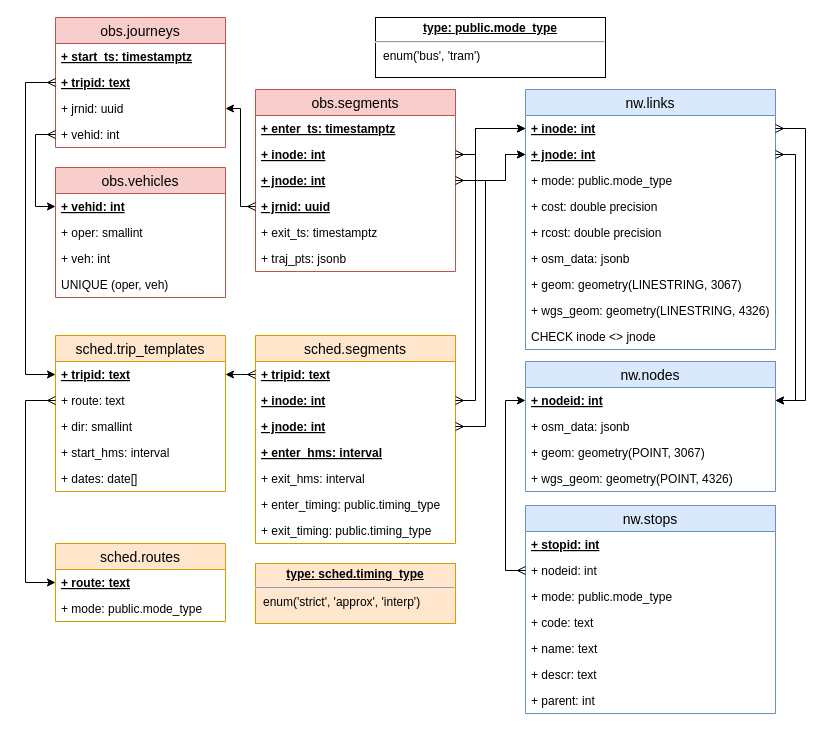
The draw.io diagram page "production" (1 of 4) of docs/sujuikoDB.drawio in datarttu/sujuikoDB, before the edit. Source tidied: cells renumbered, new cells numbered last; positions are measured from the earlier drawing's top-left corner, leaving out a move shared by most shapes. Both pictures are drawn from the tidied source at 100%, with x=0, y=0 at pixel (25, 17).
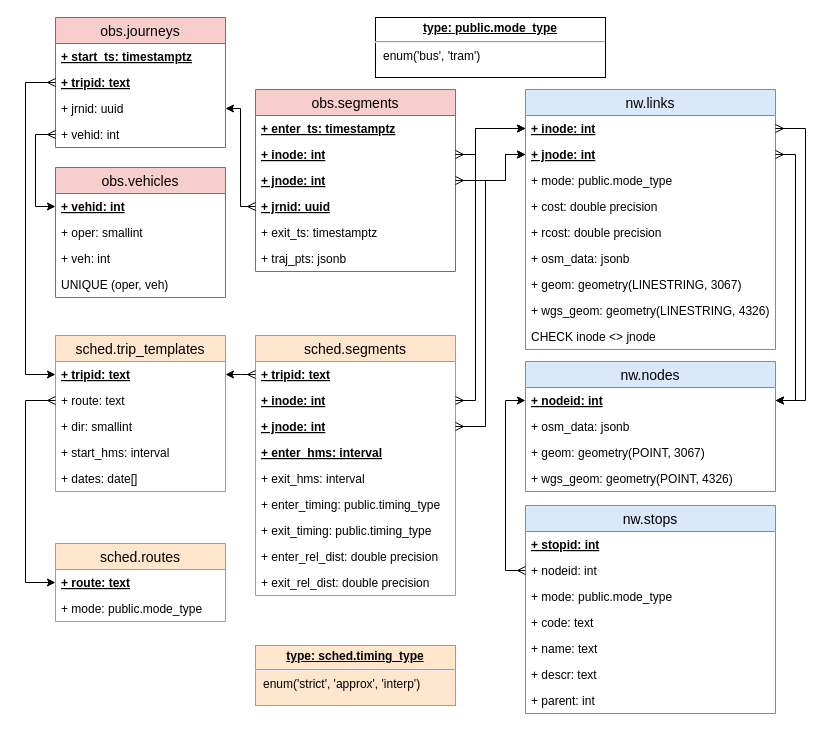
The same page after the edit.

Commit message (it also covers changes not shown here):
Add relative distance fields

These describe the proportions of the trip's distance at the start and
end of the segment.

Change to the diagram source:
```diff
@@
     <mxCell id="39" value="sched.segments" style="swimlane;fontStyle=0;horizontal=1;startSize=26;fillColor=#ffe6cc;swimlaneFillColor=#ffffff;align=center;fontSize=14;strokeColor=#d79b00;" parent="1" vertex="1">
-      <mxGeometry x="230" y="318" width="200" height="208" as="geometry" />
+      <mxGeometry x="230" y="318" width="200" height="260" as="geometry" />
     </mxCell>
@@
+    <mxCell id="73" value="+ enter_rel_dist: double precision" style="text;strokeColor=none;fillColor=none;spacingLeft=4;spacingRight=4;overflow=hidden;fontSize=12;" parent="39" vertex="1">
+      <mxGeometry y="208" width="200" height="26" as="geometry" />
+    </mxCell>
+    <mxCell id="74" value="+ exit_rel_dist: double precision" style="text;strokeColor=none;fillColor=none;spacingLeft=4;spacingRight=4;overflow=hidden;fontSize=12;" parent="39" vertex="1">
+      <mxGeometry y="234" width="200" height="26" as="geometry" />
+    </mxCell>
@@
     <mxCell id="61" value="&lt;p style=&quot;margin: 0px ; margin-top: 4px ; text-align: center ; text-decoration: underline&quot;&gt;&lt;b&gt;type: sched.timing_type&lt;/b&gt;&lt;/p&gt;&lt;hr&gt;&lt;p style=&quot;margin: 0px ; margin-left: 8px&quot;&gt;enum('strict', 'approx', 'interp')&lt;/p&gt;" style="verticalAlign=top;align=left;overflow=fill;fontSize=12;fontFamily=Helvetica;html=1;fillColor=#ffe6cc;strokeColor=#d79b00;" parent="1" vertex="1">
-      <mxGeometry x="230" y="546" width="200" height="60" as="geometry" />
+      <mxGeometry x="230" y="628" width="200" height="60" as="geometry" />
     </mxCell>
```
